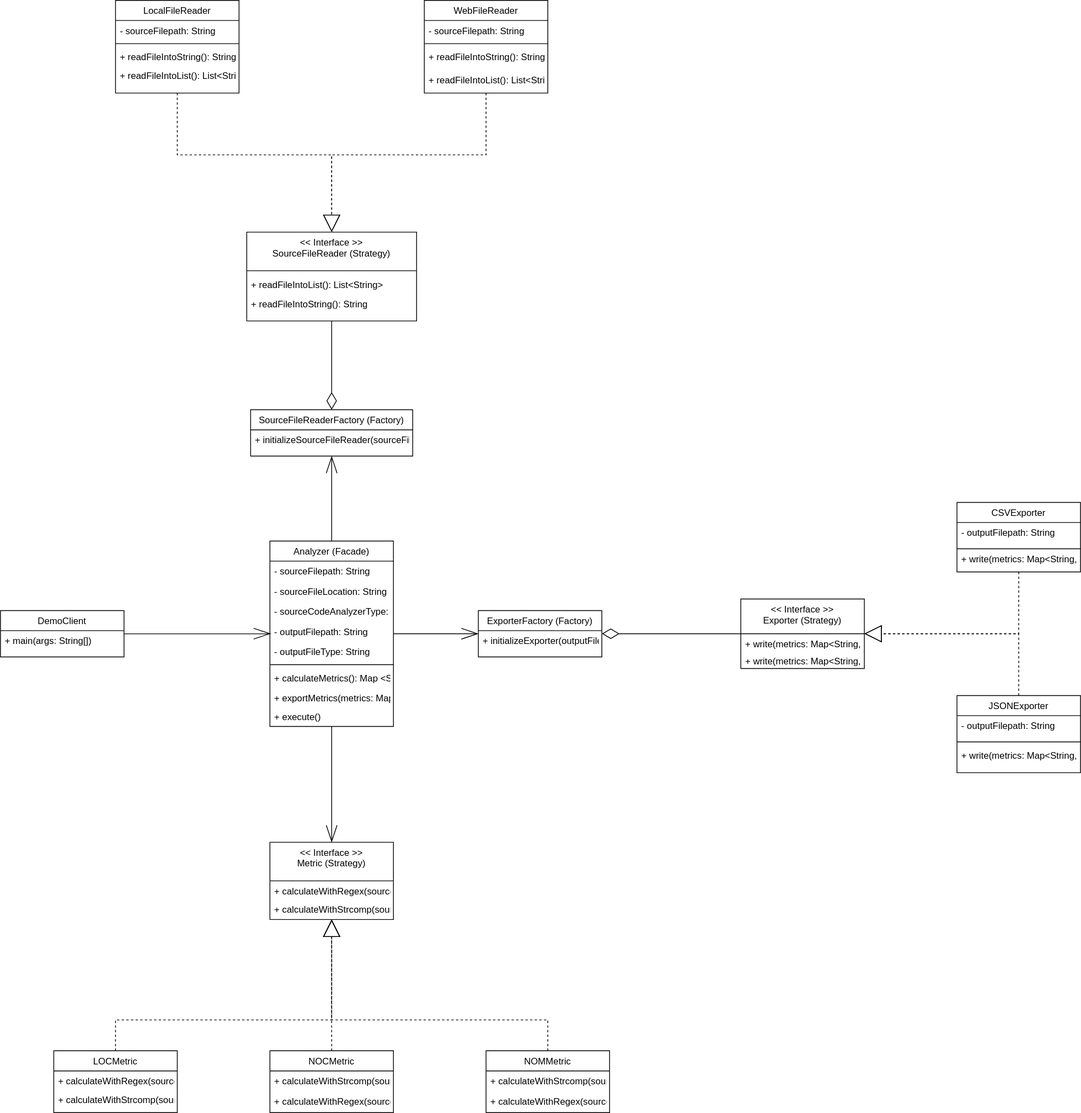
Earlier version of the draw.io export resources/UML_source_code_analyzer.svg (pvarouktsis/SEiP-assignments). Source tidied: cells renumbered, new cells last; positions are measured from the earlier drawing's top-left corner, leaving out a move shared by most shapes.
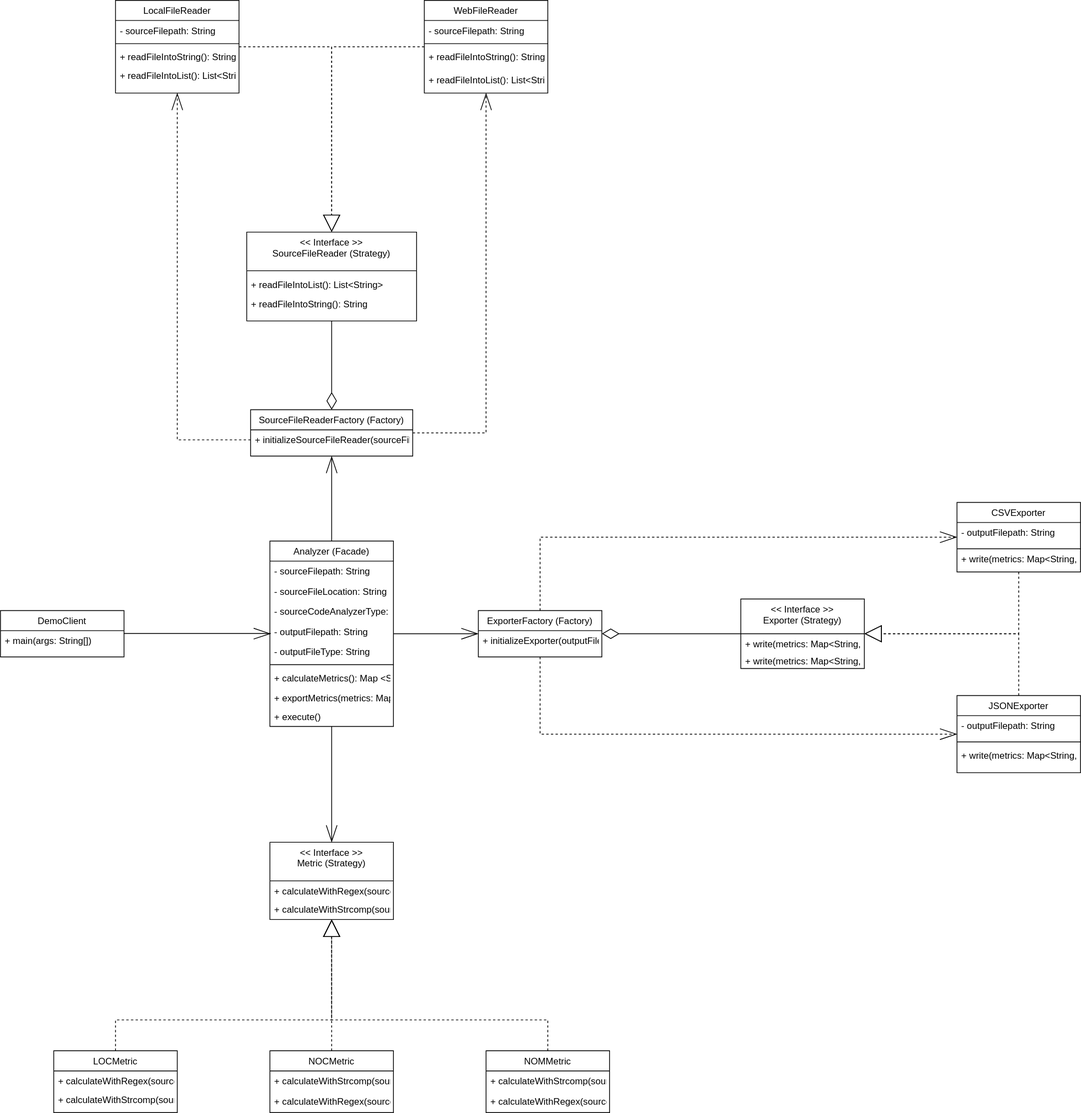
Later version of the same file.

Commit message:
Update UML diagram of sourcecodeanalyzer

The edit, as a diff of the source:
```diff
@@ -84,10 +84,10 @@
     <mxCell id="20" value="+ readFileIntoList(): List&lt;String&gt;" style="text;align=left;verticalAlign=top;spacingLeft=4;spacingRight=4;overflow=hidden;" parent="1" vertex="1">
       <mxGeometry x="549" y="90" width="160" height="23" as="geometry" />
     </mxCell>
-    <mxCell id="21" style="endArrow=block;html=1;rounded=0;endFill=0;dashed=1;endSize=20;startSize=20;jumpSize=20;entryX=0.5;entryY=0;entryDx=0;entryDy=0;" parent="1" edge="1" source="60" target="59">
+    <mxCell id="21" style="endArrow=block;html=1;rounded=0;endFill=0;dashed=1;endSize=20;startSize=20;jumpSize=20;entryX=0.5;entryY=0;entryDx=0;entryDy=0;exitX=1;exitY=0.5;exitDx=0;exitDy=0;" parent="1" edge="1" source="60" target="59">
       <mxGeometry relative="1" as="geometry">
         <Array as="points">
-          <mxPoint x="229" y="200" />
+          <mxPoint x="429" y="60" />
           <mxPoint x="429" y="200" />
         </Array>
       </mxGeometry>
@@ -95,7 +95,7 @@
     <mxCell id="22" style="endArrow=block;html=1;rounded=0;endFill=0;dashed=1;endSize=20;startSize=20;jumpSize=20;entryX=0.5;entryY=0;entryDx=0;entryDy=0;" parent="1" edge="1" source="63" target="59">
       <mxGeometry relative="1" as="geometry">
         <Array as="points">
-          <mxPoint x="629" y="200" />
+          <mxPoint x="429" y="60" />
           <mxPoint x="429" y="200" />
         </Array>
       </mxGeometry>
@@ -151,6 +151,20 @@
     <mxCell id="39" style="endArrow=none;html=1;endFill=0;startArrow=diamondThin;startFill=0;endSize=20;startSize=20;jumpSize=10;" parent="1" edge="1" source="40" target="49">
       <mxGeometry relative="1" as="geometry" />
     </mxCell>
+    <mxCell id="67" style="edgeStyle=orthogonalEdgeStyle;rounded=0;jumpSize=20;jettySize=auto;html=1;dashed=1;startArrow=none;startFill=0;startSize=20;endArrow=openThin;endFill=0;endSize=20;" parent="1" edge="1" source="40" target="46">
+      <mxGeometry relative="1" as="geometry">
+        <Array as="points">
+          <mxPoint x="699" y="695" />
+        </Array>
+      </mxGeometry>
+    </mxCell>
+    <mxCell id="68" style="edgeStyle=orthogonalEdgeStyle;rounded=0;jumpSize=20;jettySize=auto;html=1;dashed=1;startArrow=none;startFill=0;startSize=20;endArrow=openThin;endFill=0;endSize=20;" parent="1" edge="1" source="40" target="42">
+      <mxGeometry relative="1" as="geometry">
+        <Array as="points">
+          <mxPoint x="699" y="950" />
+        </Array>
+      </mxGeometry>
+    </mxCell>
     <mxCell id="40" value="ExporterFactory (Factory)" style="swimlane;fontStyle=0;align=center;verticalAlign=top;horizontal=1;startSize=26;rounded=0;shadow=0;strokeWidth=1;" parent="1" vertex="1">
       <mxGeometry x="619" y="790" width="160" height="60" as="geometry" />
     </mxCell>
@@ -202,6 +216,9 @@
     <mxCell id="56" value="+ readFileIntoString(): String" style="text;align=left;verticalAlign=top;spacingLeft=4;spacingRight=4;overflow=hidden;" parent="1" vertex="1">
       <mxGeometry x="319" y="380" width="220" height="45" as="geometry" />
     </mxCell>
+    <mxCell id="69" style="edgeStyle=orthogonalEdgeStyle;rounded=0;jumpSize=20;jettySize=auto;html=1;entryX=0.5;entryY=1;entryDx=0;entryDy=0;startArrow=none;startFill=0;startSize=20;endArrow=openThin;endFill=0;endSize=20;dashed=1;" parent="1" edge="1" source="57" target="63">
+      <mxGeometry relative="1" as="geometry" />
+    </mxCell>
     <mxCell id="57" value="SourceFileReaderFactory (Factory)" style="swimlane;fontStyle=0;align=center;verticalAlign=top;horizontal=1;startSize=26;rounded=0;shadow=0;strokeWidth=1;" parent="1" vertex="1">
       <mxGeometry x="324" y="530" width="210" height="60" as="geometry" />
     </mxCell>
@@ -232,5 +249,8 @@
     <mxCell id="66" value="+ readFileIntoString(): String" style="text;align=left;verticalAlign=top;spacingLeft=4;spacingRight=4;overflow=hidden;" parent="63" vertex="1">
       <mxGeometry y="60" width="160" height="26" as="geometry" />
     </mxCell>
+    <mxCell id="70" style="edgeStyle=orthogonalEdgeStyle;rounded=0;jumpSize=20;jettySize=auto;html=1;exitX=0;exitY=0.5;exitDx=0;exitDy=0;entryX=0.5;entryY=1;entryDx=0;entryDy=0;startArrow=none;startFill=0;startSize=20;endArrow=openThin;endFill=0;endSize=20;dashed=1;" parent="1" edge="1" source="58" target="60">
+      <mxGeometry relative="1" as="geometry" />
+    </mxCell>
   </root>
 </mxGraphModel>
```
